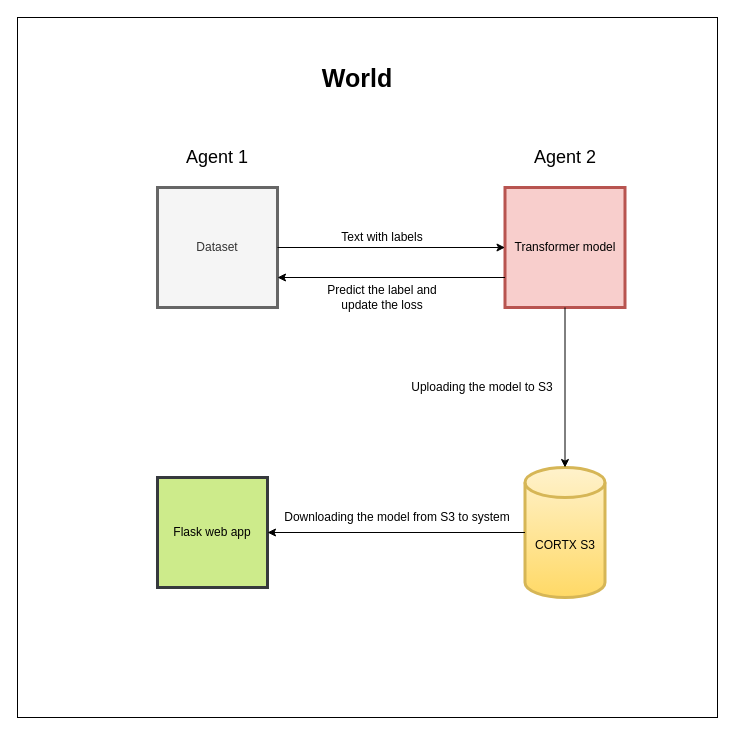
Above: doc/integrations/pytorch/docs/Untitled Diagram.drawio in Seagate/cortx (draw.io), before the change. Source tidied: cells renumbered, new cells numbered last; positions are measured from the earlier drawing's top-left corner, leaving out a move shared by most shapes. Both pictures are drawn from the tidied source at 100%, with x=0, y=0 at pixel (17, 17).
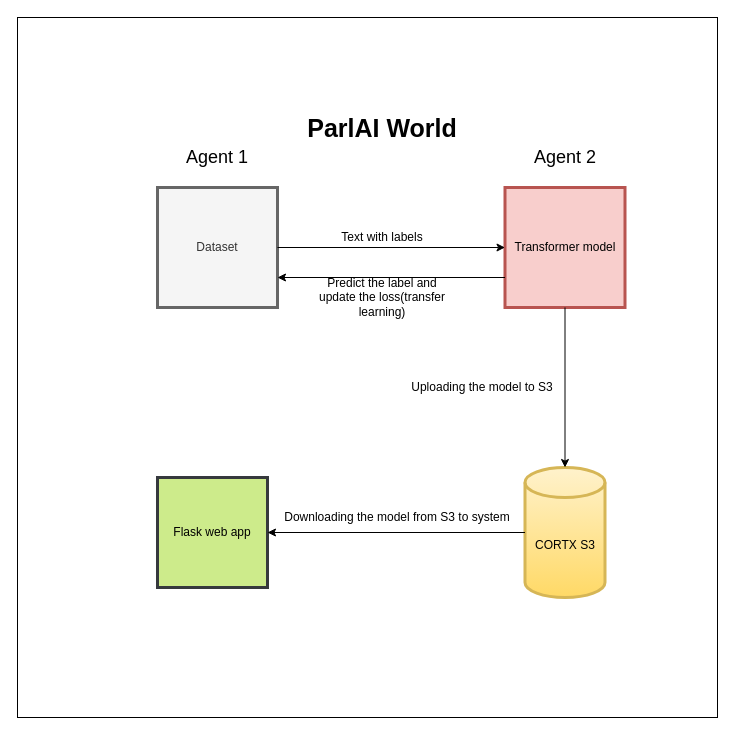
Above is the later version.

Diff of the diagram source:
```diff
@@
 <mxGraphModel>
   <root>
     <mxCell id="0" />
     <mxCell id="1" parent="0" />
     <mxCell id="2" style="whiteSpace=wrap;html=1;" parent="1" vertex="1">
       <mxGeometry width="700" height="700" as="geometry" />
     </mxCell>
     <mxCell id="3" value="Transformer model" style="whiteSpace=wrap;html=1;strokeWidth=3;fillColor=#f8cecc;strokeColor=#b85450;" parent="1" vertex="1">
       <mxGeometry x="487.5" y="170" width="120" height="120" as="geometry" />
     </mxCell>
     <mxCell id="4" value="Dataset" style="whiteSpace=wrap;html=1;strokeWidth=3;fillColor=#f5f5f5;strokeColor=#666666;fontColor=#333333;" parent="1" vertex="1">
       <mxGeometry x="140" y="170" width="120" height="120" as="geometry" />
     </mxCell>
     <mxCell id="5" value="&lt;font style=&quot;font-size: 18px&quot;&gt;Agent 1&lt;/font&gt;" style="text;html=1;strokeColor=none;fillColor=none;align=center;verticalAlign=middle;whiteSpace=wrap;rounded=0;" parent="1" vertex="1">
       <mxGeometry x="165" y="130" width="70" height="20" as="geometry" />
     </mxCell>
     <mxCell id="6" value="&lt;font style=&quot;font-size: 18px&quot;&gt;Agent 2&lt;/font&gt;" style="text;html=1;strokeColor=none;fillColor=none;align=center;verticalAlign=middle;whiteSpace=wrap;rounded=0;" parent="1" vertex="1">
       <mxGeometry x="512.5" y="130" width="70" height="20" as="geometry" />
     </mxCell>
-    <mxCell id="7" value="&lt;b&gt;&lt;font style=&quot;font-size: 25px&quot;&gt;World&lt;/font&gt;&lt;/b&gt;" style="text;html=1;strokeColor=none;fillColor=none;align=center;verticalAlign=middle;whiteSpace=wrap;rounded=0;" parent="1" vertex="1">
-      <mxGeometry x="320" y="50" width="40" height="20" as="geometry" />
+    <mxCell id="7" value="&lt;b&gt;&lt;font style=&quot;font-size: 25px&quot;&gt;ParlAI World&lt;/font&gt;&lt;/b&gt;" style="text;html=1;strokeColor=none;fillColor=none;align=center;verticalAlign=middle;whiteSpace=wrap;rounded=0;" parent="1" vertex="1">
+      <mxGeometry x="270" y="100" width="190" height="20" as="geometry" />
     </mxCell>
     <mxCell id="8" style="endArrow=classic;html=1;entryX=0;entryY=0.5;entryDx=0;entryDy=0;" parent="1" edge="1" source="4" target="3">
       <mxGeometry relative="1" as="geometry" />
     </mxCell>
     <mxCell id="9" style="endArrow=classic;html=1;exitX=0;exitY=0.75;exitDx=0;exitDy=0;entryX=1;entryY=0.75;entryDx=0;entryDy=0;" parent="1" edge="1" source="3" target="4">
       <mxGeometry relative="1" as="geometry" />
     </mxCell>
     <mxCell id="10" value="Text with labels" style="text;html=1;strokeColor=none;fillColor=none;align=center;verticalAlign=middle;whiteSpace=wrap;rounded=0;" parent="1" vertex="1">
       <mxGeometry x="300" y="210" width="130" height="20" as="geometry" />
     </mxCell>
-    <mxCell id="11" value="Predict the label and update the loss" style="text;html=1;strokeColor=none;fillColor=none;align=center;verticalAlign=middle;whiteSpace=wrap;rounded=0;" parent="1" vertex="1">
+    <mxCell id="11" value="Predict the label and update the loss(transfer learning)" style="text;html=1;strokeColor=none;fillColor=none;align=center;verticalAlign=middle;whiteSpace=wrap;rounded=0;" parent="1" vertex="1">
       <mxGeometry x="300" y="270" width="130" height="20" as="geometry" />
     </mxCell>
     <mxCell id="12" value="CORTX S3" style="shape=cylinder3;whiteSpace=wrap;html=1;boundedLbl=1;backgroundOutline=1;size=15;strokeWidth=3;fillColor=#fff2cc;strokeColor=#d6b656;gradientColor=#ffd966;" parent="1" vertex="1">
       <mxGeometry x="507.5" y="450" width="80" height="130" as="geometry" />
     </mxCell>
     <mxCell id="13" style="endArrow=classic;html=1;entryX=0.5;entryY=0;entryDx=0;entryDy=0;entryPerimeter=0;exitX=0.5;exitY=1;exitDx=0;exitDy=0;" parent="1" edge="1" source="3" target="12">
       <mxGeometry relative="1" as="geometry" />
     </mxCell>
     <mxCell id="14" value="Flask web app" style="whiteSpace=wrap;html=1;strokeWidth=3;fillColor=#cdeb8b;strokeColor=#36393d;" parent="1" vertex="1">
       <mxGeometry x="140" y="460" width="110" height="110" as="geometry" />
     </mxCell>
     <mxCell id="15" style="endArrow=classic;html=1;entryX=1;entryY=0.5;entryDx=0;entryDy=0;exitX=0;exitY=0.5;exitDx=0;exitDy=0;exitPerimeter=0;" parent="1" edge="1" source="12" target="14">
       <mxGeometry relative="1" as="geometry" />
     </mxCell>
     <mxCell id="16" value="Uploading the model to S3" style="text;html=1;strokeColor=none;fillColor=none;align=center;verticalAlign=middle;whiteSpace=wrap;rounded=0;" parent="1" vertex="1">
       <mxGeometry x="390" y="360" width="150" height="20" as="geometry" />
     </mxCell>
     <mxCell id="17" value="Downloading the model from S3 to system" style="text;html=1;strokeColor=none;fillColor=none;align=center;verticalAlign=middle;whiteSpace=wrap;rounded=0;" parent="1" vertex="1">
       <mxGeometry x="260" y="490" width="240" height="20" as="geometry" />
     </mxCell>
   </root>
 </mxGraphModel>
```
